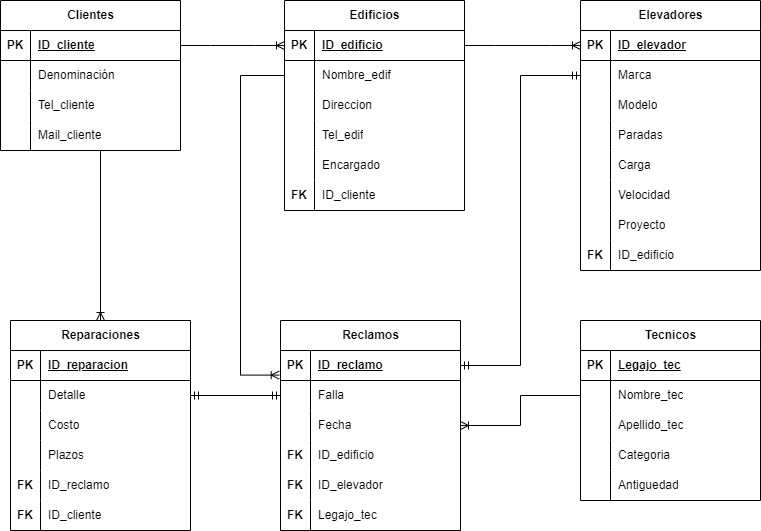
This is esquemático.png from Nico2703/base_SQL, a draw.io export, as it was before one commit. Source tidied: cells renumbered, new cells last; positions are measured from the earlier drawing's top-left corner, leaving out a move shared by most shapes.
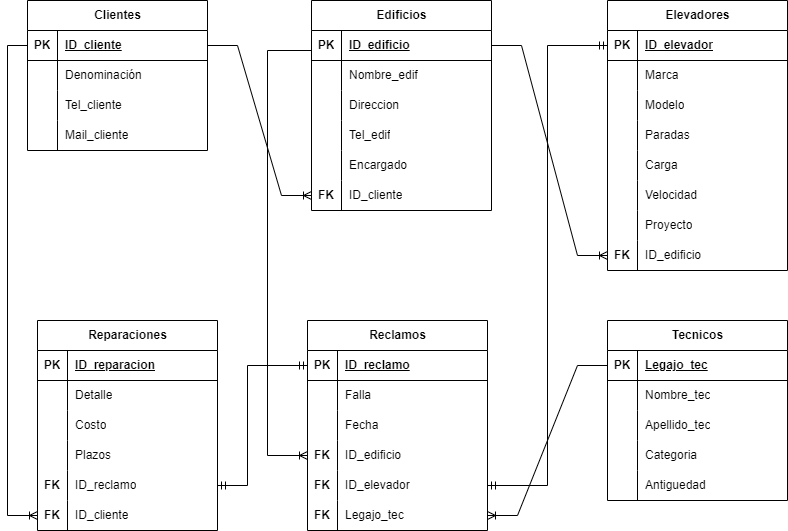
After the change.

What changed in the source:
```diff
@@ -335,40 +335,46 @@
     <mxCell id="112" value="ID_cliente" style="shape=partialRectangle;fillColor=none;top=0;left=0;bottom=0;right=0;align=left;spacingLeft=6;overflow=hidden;whiteSpace=wrap;html=1;" parent="110" vertex="1">
       <mxGeometry x="30" width="150" height="30" as="geometry" />
     </mxCell>
-    <mxCell id="113" style="edgeStyle=entityRelationEdgeStyle;fontSize=12;html=1;endArrow=ERoneToMany;rounded=0;exitX=1;exitY=0.5;exitDx=0;exitDy=0;" parent="1" edge="1" source="3">
-      <mxGeometry relative="1" as="geometry">
-        <mxPoint x="284" y="45" as="targetPoint" />
-      </mxGeometry>
+    <mxCell id="113" style="edgeStyle=entityRelationEdgeStyle;fontSize=12;html=1;endArrow=ERoneToMany;rounded=0;exitX=1;exitY=0.5;exitDx=0;exitDy=0;" parent="1" edge="1" source="3" target="31">
+      <mxGeometry relative="1" as="geometry" />
     </mxCell>
-    <mxCell id="114" style="edgeStyle=entityRelationEdgeStyle;fontSize=12;html=1;endArrow=ERoneToMany;rounded=0;exitX=1;exitY=0.5;exitDx=0;exitDy=0;entryX=0;entryY=0.5;entryDx=0;entryDy=0;" parent="1" edge="1" source="16" target="54">
+    <mxCell id="114" style="edgeStyle=entityRelationEdgeStyle;fontSize=12;html=1;endArrow=ERoneToMany;rounded=0;exitX=1;exitY=0.5;exitDx=0;exitDy=0;" parent="1" edge="1" source="16" target="75">
       <mxGeometry relative="1" as="geometry" />
     </mxCell>
-    <mxCell id="115" style="fontSize=12;html=1;endArrow=ERoneToMany;rounded=0;edgeStyle=orthogonalEdgeStyle;entryX=-0.007;entryY=0.82;entryDx=0;entryDy=0;entryPerimeter=0;exitX=0;exitY=0.5;exitDx=0;exitDy=0;" parent="1" edge="1" source="19" target="35">
+    <mxCell id="115" style="fontSize=12;html=1;endArrow=ERoneToMany;rounded=0;edgeStyle=orthogonalEdgeStyle;entryX=0;entryY=0.5;entryDx=0;entryDy=0;" parent="1" edge="1" source="16" target="44">
       <mxGeometry relative="1" as="geometry">
         <Array as="points">
-          <mxPoint x="240" y="75" />
-          <mxPoint x="240" y="375" />
+          <mxPoint x="240" y="50" />
+          <mxPoint x="240" y="455" />
         </Array>
       </mxGeometry>
     </mxCell>
-    <mxCell id="116" style="edgeStyle=orthogonalEdgeStyle;fontSize=12;html=1;endArrow=ERmandOne;startArrow=ERmandOne;rounded=0;entryX=0;entryY=0.5;entryDx=0;entryDy=0;exitX=1;exitY=0.5;exitDx=0;exitDy=0;" parent="1" edge="1" source="35" target="57">
+    <mxCell id="116" style="edgeStyle=orthogonalEdgeStyle;fontSize=12;html=1;endArrow=ERmandOne;startArrow=ERmandOne;rounded=0;exitX=1;exitY=0.5;exitDx=0;exitDy=0;" parent="1" edge="1" source="47" target="54">
       <mxGeometry relative="1" as="geometry" />
     </mxCell>
-    <mxCell id="117" style="edgeStyle=orthogonalEdgeStyle;fontSize=12;html=1;endArrow=ERoneToMany;rounded=0;exitX=0;exitY=0.5;exitDx=0;exitDy=0;entryX=1;entryY=0.5;entryDx=0;entryDy=0;" parent="1" edge="1" source="82" target="41">
-      <mxGeometry relative="1" as="geometry">
-        <Array as="points">
-          <mxPoint x="520" y="395" />
-          <mxPoint x="520" y="425" />
-        </Array>
-      </mxGeometry>
-    </mxCell>
-    <mxCell id="118" style="fontSize=12;html=1;endArrow=ERmandOne;startArrow=ERmandOne;rounded=0;exitX=1;exitY=0.5;exitDx=0;exitDy=0;entryX=0;entryY=0.5;entryDx=0;entryDy=0;" parent="1" edge="1" source="98" target="38">
-      <mxGeometry relative="1" as="geometry" />
+    <mxCell id="118" style="fontSize=12;html=1;endArrow=ERmandOne;startArrow=ERmandOne;rounded=0;exitX=1;exitY=0.5;exitDx=0;exitDy=0;entryX=0;entryY=0.5;entryDx=0;entryDy=0;edgeStyle=orthogonalEdgeStyle;" parent="1" edge="1" source="107" target="35">
+      <mxGeometry relative="1" as="geometry">
+        <Array as="points">
+          <mxPoint x="220" y="485" />
+          <mxPoint x="220" y="365" />
+        </Array>
+      </mxGeometry>
     </mxCell>
-    <mxCell id="119" style="fontSize=12;html=1;endArrow=ERoneToMany;rounded=0;entryX=0.5;entryY=0;entryDx=0;entryDy=0;" parent="1" edge="1" target="94">
+    <mxCell id="119" style="fontSize=12;html=1;endArrow=ERoneToMany;rounded=0;entryX=0;entryY=0.5;entryDx=0;entryDy=0;exitX=0;exitY=0.5;exitDx=0;exitDy=0;edgeStyle=orthogonalEdgeStyle;" parent="1" edge="1" source="3" target="110">
       <mxGeometry relative="1" as="geometry">
-        <mxPoint x="100" y="150" as="sourcePoint" />
+        <Array as="points">
+          <mxPoint x="-20" y="45" />
+          <mxPoint x="-20" y="515" />
+        </Array>
       </mxGeometry>
     </mxCell>
+    <mxCell id="120" style="edgeStyle=entityRelationEdgeStyle;fontSize=12;html=1;endArrow=ERoneToMany;rounded=0;exitX=0;exitY=0.5;exitDx=0;exitDy=0;" parent="1" edge="1" source="79" target="50">
+      <mxGeometry relative="1" as="geometry">
+        <Array as="points">
+          <mxPoint x="530" y="440" />
+          <mxPoint x="510" y="390" />
+        </Array>
+      </mxGeometry>
+    </mxCell>
   </root>
 </mxGraphModel>
```
